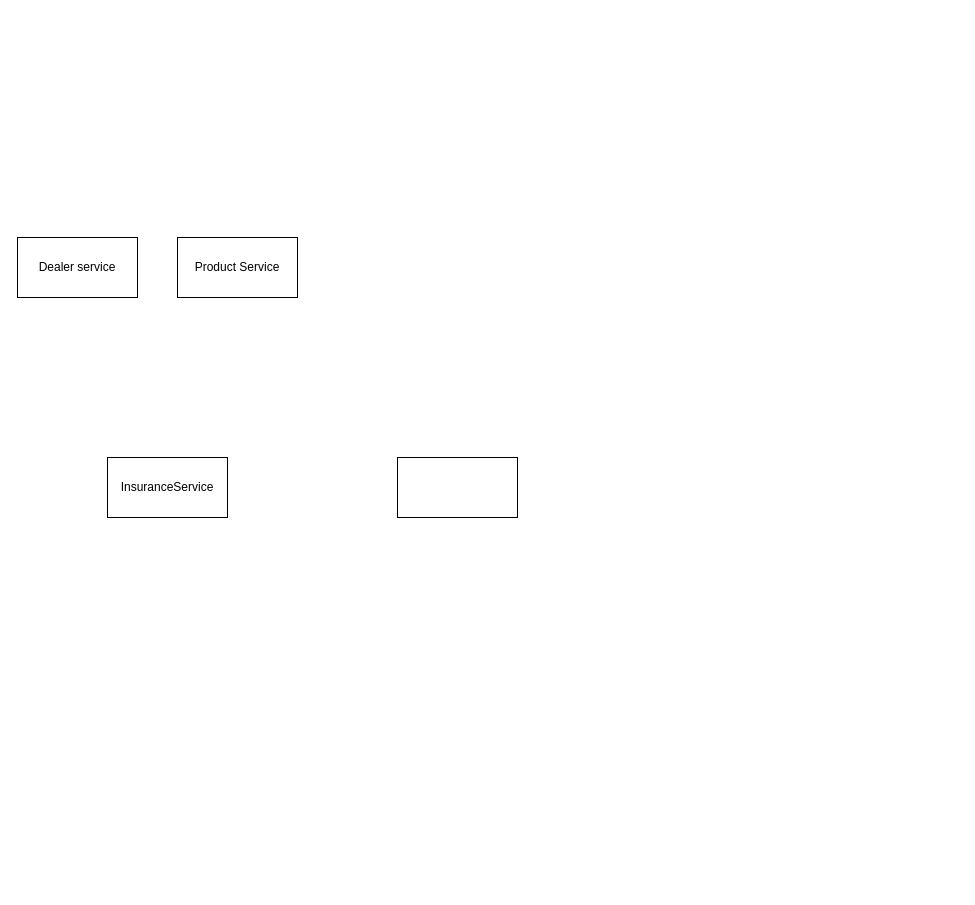
Earlier version of the draw.io diagram page "InsuranceService" (7 of 9) of Untitled Diagram.drawio (hoa89nguyen/testGIT). Source tidied: cells renumbered, new cells numbered last; positions are measured from the earlier drawing's top-left corner, leaving out a move shared by most shapes. Both pictures are drawn from the tidied source at 100%, with x=0, y=0 at pixel (17, 237).
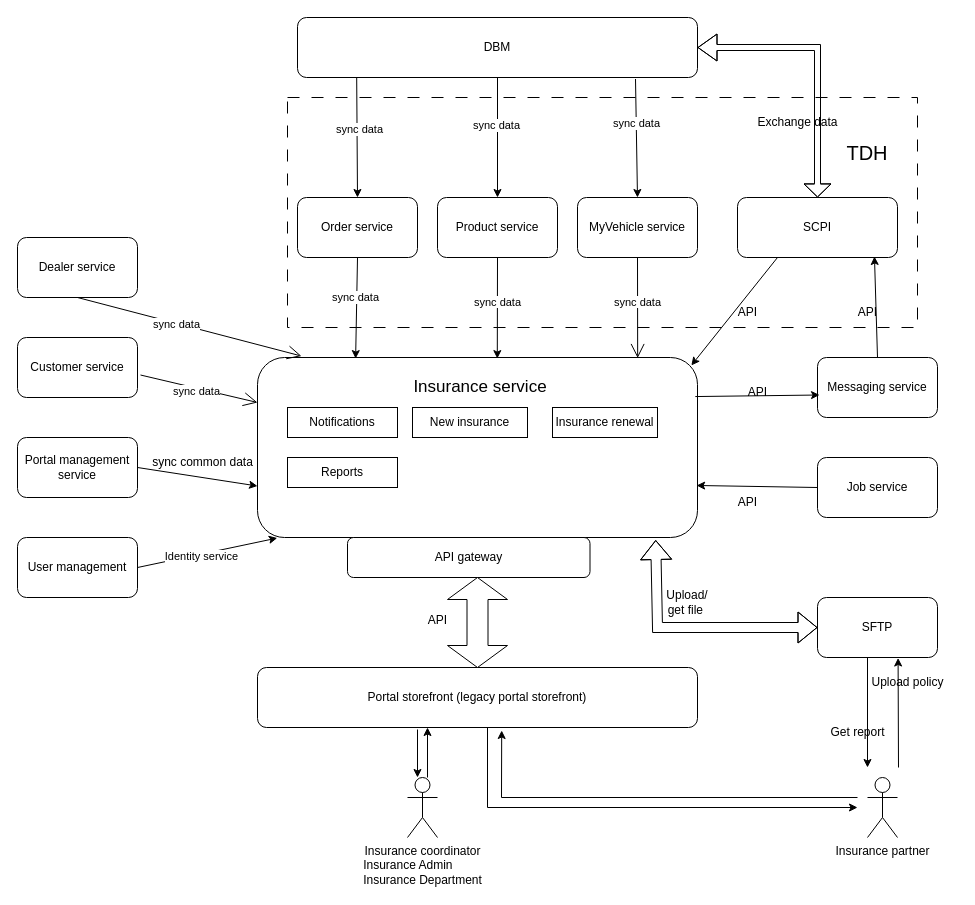
Above is the later version.

Commit message:
insurance portal

Diff of the diagram source:
```diff
@@
-    <mxCell id="2" value="InsuranceService" style="rounded=0;whiteSpace=wrap;html=1;" parent="1" vertex="1">
-      <mxGeometry x="90" y="220" width="120" height="60" as="geometry" />
-    </mxCell>
+    <mxCell id="6" style="rounded=0;whiteSpace=wrap;html=1;dashed=1;dashPattern=12 12;" parent="1" vertex="1">
+      <mxGeometry x="270" y="-140" width="630" height="230" as="geometry" />
+    </mxCell>
-    <mxCell id="3" value="Dealer service" style="rounded=0;whiteSpace=wrap;html=1;" parent="1" vertex="1">
+    <mxCell id="3" value="Dealer service" style="rounded=1;whiteSpace=wrap;html=1;" parent="1" vertex="1">
       <mxGeometry width="120" height="60" as="geometry" />
     </mxCell>
-    <mxCell id="4" value="Product Service" style="rounded=0;whiteSpace=wrap;html=1;" parent="1" vertex="1">
-      <mxGeometry x="160" width="120" height="60" as="geometry" />
-    </mxCell>
-    <mxCell id="5" style="rounded=0;whiteSpace=wrap;html=1;" parent="1" vertex="1">
-      <mxGeometry x="380" y="220" width="120" height="60" as="geometry" />
-    </mxCell>
+    <mxCell id="7" value="Product service" style="rounded=1;whiteSpace=wrap;html=1;" parent="1" vertex="1">
+      <mxGeometry x="420" y="-40" width="120" height="60" as="geometry" />
+    </mxCell>
+    <mxCell id="8" value="Customer service" style="rounded=1;whiteSpace=wrap;html=1;" parent="1" vertex="1">
+      <mxGeometry y="100" width="120" height="60" as="geometry" />
+    </mxCell>
+    <mxCell id="9" value="Order service" style="rounded=1;whiteSpace=wrap;html=1;" parent="1" vertex="1">
+      <mxGeometry x="280" y="-40" width="120" height="60" as="geometry" />
+    </mxCell>
+    <mxCell id="10" value="My&lt;span style=&quot;background-color: transparent; color: light-dark(rgb(0, 0, 0), rgb(255, 255, 255));&quot;&gt;Vehicle service&lt;/span&gt;" style="rounded=1;whiteSpace=wrap;html=1;" parent="1" vertex="1">
+      <mxGeometry x="560" y="-40" width="120" height="60" as="geometry" />
+    </mxCell>
+    <mxCell id="11" style="rounded=1;whiteSpace=wrap;html=1;" parent="1" vertex="1">
+      <mxGeometry x="240" y="120" width="440" height="180" as="geometry" />
+    </mxCell>
+    <mxCell id="12" value="SCPI" style="rounded=1;whiteSpace=wrap;html=1;" parent="1" vertex="1">
+      <mxGeometry x="720" y="-40" width="160" height="60" as="geometry" />
+    </mxCell>
+    <mxCell id="13" value="API gateway" style="rounded=1;whiteSpace=wrap;html=1;" parent="1" vertex="1">
+      <mxGeometry x="330" y="300" width="242.5" height="40" as="geometry" />
+    </mxCell>
+    <mxCell id="14" value="Portal storefront (legacy portal storefront)" style="rounded=1;whiteSpace=wrap;html=1;" parent="1" vertex="1">
+      <mxGeometry x="240" y="430" width="440" height="60" as="geometry" />
+    </mxCell>
+    <mxCell id="15" value="DBM" style="rounded=1;whiteSpace=wrap;html=1;" parent="1" vertex="1">
+      <mxGeometry x="280" y="-220" width="400" height="60" as="geometry" />
+    </mxCell>
+    <mxCell id="16" style="html=1;shadow=0;dashed=0;align=center;verticalAlign=middle;shape=mxgraph.arrows2.twoWayArrow;dy=0.65;dx=22;direction=south;" parent="1" vertex="1">
+      <mxGeometry x="430" y="340" width="60" height="90" as="geometry" />
+    </mxCell>
+    <mxCell id="17" value="API" style="text;html=1;align=center;verticalAlign=middle;strokeColor=none;fillColor=none;" parent="1" vertex="1">
+      <mxGeometry x="400" y="368" width="40" height="30" as="geometry" />
+    </mxCell>
+    <mxCell id="18" style="endArrow=open;endFill=1;endSize=12;html=1;rounded=0;exitX=0.5;exitY=1;exitDx=0;exitDy=0;entryX=0.1;entryY=-0.008;entryDx=0;entryDy=0;entryPerimeter=0;" parent="1" edge="1" source="3" target="11">
+      <mxGeometry relative="1" as="geometry" />
+    </mxCell>
+    <mxCell id="19" value="sync data" style="edgeLabel;html=1;align=center;verticalAlign=middle;" parent="18" vertex="1">
+      <mxGeometry x="-0.12" y="-1" relative="1" as="geometry" />
+    </mxCell>
+    <mxCell id="20" style="endArrow=open;endFill=1;endSize=12;html=1;rounded=0;exitX=1.025;exitY=0.625;exitDx=0;exitDy=0;entryX=0;entryY=0.25;entryDx=0;entryDy=0;exitPerimeter=0;" parent="1" edge="1" source="8" target="11">
+      <mxGeometry relative="1" as="geometry" />
+    </mxCell>
+    <mxCell id="21" value="sync data" style="edgeLabel;html=1;align=center;verticalAlign=middle;" parent="20" vertex="1">
+      <mxGeometry x="-0.03" y="-3" relative="1" as="geometry" />
+    </mxCell>
+    <mxCell id="22" style="endArrow=open;endFill=1;endSize=12;html=1;rounded=0;exitX=0.5;exitY=1;exitDx=0;exitDy=0;entryX=0.864;entryY=0.003;entryDx=0;entryDy=0;entryPerimeter=0;" parent="1" edge="1" source="10" target="11">
+      <mxGeometry relative="1" as="geometry" />
+    </mxCell>
+    <mxCell id="23" value="Portal management service" style="rounded=1;whiteSpace=wrap;html=1;" parent="1" vertex="1">
+      <mxGeometry y="200" width="120" height="60" as="geometry" />
+    </mxCell>
+    <mxCell id="24" value="Messaging service" style="rounded=1;whiteSpace=wrap;html=1;" parent="1" vertex="1">
+      <mxGeometry x="800" y="120" width="120" height="60" as="geometry" />
+    </mxCell>
+    <mxCell id="25" value="Job service" style="rounded=1;whiteSpace=wrap;html=1;" parent="1" vertex="1">
+      <mxGeometry x="800" y="220" width="120" height="60" as="geometry" />
+    </mxCell>
+    <mxCell id="26" style="endArrow=classic;html=1;rounded=0;entryX=0.5;entryY=0;entryDx=0;entryDy=0;exitX=0.5;exitY=1;exitDx=0;exitDy=0;" parent="1" edge="1" source="15" target="7">
+      <mxGeometry relative="1" as="geometry" />
+    </mxCell>
+    <mxCell id="27" value="sync data" style="edgeLabel;html=1;align=center;verticalAlign=middle;" parent="26" vertex="1">
+      <mxGeometry x="-0.21" y="-2" relative="1" as="geometry" />
+    </mxCell>
+    <mxCell id="28" style="endArrow=classic;html=1;rounded=0;exitX=0.148;exitY=1.008;exitDx=0;exitDy=0;entryX=0.5;entryY=0;entryDx=0;entryDy=0;exitPerimeter=0;" parent="1" edge="1" source="15" target="9">
+      <mxGeometry relative="1" as="geometry" />
+    </mxCell>
+    <mxCell id="29" value="sync data" style="edgeLabel;html=1;align=center;verticalAlign=middle;" parent="28" vertex="1">
+      <mxGeometry x="-0.14" y="2" relative="1" as="geometry" />
+    </mxCell>
+    <mxCell id="30" style="endArrow=classic;html=1;rounded=0;exitX=0.5;exitY=1;exitDx=0;exitDy=0;entryX=0.223;entryY=0.006;entryDx=0;entryDy=0;entryPerimeter=0;" parent="1" edge="1" source="9" target="11">
+      <mxGeometry relative="1" as="geometry" />
+    </mxCell>
+    <mxCell id="31" value="sync data" style="edgeLabel;html=1;align=center;verticalAlign=middle;" parent="30" vertex="1">
+      <mxGeometry x="-0.21" y="-2" relative="1" as="geometry" />
+    </mxCell>
+    <mxCell id="32" style="endArrow=classic;html=1;rounded=0;exitX=0.845;exitY=1.025;exitDx=0;exitDy=0;entryX=0.5;entryY=0;entryDx=0;entryDy=0;exitPerimeter=0;" parent="1" edge="1" source="15" target="10">
+      <mxGeometry relative="1" as="geometry" />
+    </mxCell>
+    <mxCell id="33" value="sync data" style="edgeLabel;html=1;align=center;verticalAlign=middle;" parent="32" vertex="1">
+      <mxGeometry x="-0.25" relative="1" as="geometry" />
+    </mxCell>
+    <mxCell id="34" style="endArrow=classic;html=1;rounded=0;exitX=1;exitY=0.5;exitDx=0;exitDy=0;entryX=0;entryY=0.714;entryDx=0;entryDy=0;entryPerimeter=0;" parent="1" edge="1" source="23" target="11">
+      <mxGeometry relative="1" as="geometry" />
+    </mxCell>
+    <mxCell id="35" style="endArrow=classic;html=1;rounded=0;exitX=0.25;exitY=1;exitDx=0;exitDy=0;entryX=0.986;entryY=0.044;entryDx=0;entryDy=0;entryPerimeter=0;" parent="1" edge="1" source="12" target="11">
+      <mxGeometry relative="1" as="geometry" />
+    </mxCell>
+    <mxCell id="36" style="endArrow=classic;html=1;rounded=0;entryX=0.017;entryY=0.625;entryDx=0;entryDy=0;exitX=0.995;exitY=0.217;exitDx=0;exitDy=0;exitPerimeter=0;entryPerimeter=0;" parent="1" edge="1" source="11" target="24">
+      <mxGeometry relative="1" as="geometry" />
+    </mxCell>
+    <mxCell id="37" style="endArrow=classic;html=1;rounded=0;exitX=0.5;exitY=0;exitDx=0;exitDy=0;entryX=0.856;entryY=0.983;entryDx=0;entryDy=0;entryPerimeter=0;" parent="1" edge="1" source="24" target="12">
+      <mxGeometry relative="1" as="geometry" />
+    </mxCell>
+    <mxCell id="38" style="shape=flexArrow;endArrow=classic;startArrow=classic;html=1;rounded=0;width=6;startSize=4.03;entryX=1;entryY=0.5;entryDx=0;entryDy=0;exitX=0.5;exitY=0;exitDx=0;exitDy=0;" parent="1" edge="1" source="12" target="15">
+      <mxGeometry relative="1" as="geometry">
+        <Array as="points">
+          <mxPoint x="800" y="-190" />
+        </Array>
+      </mxGeometry>
+    </mxCell>
+    <mxCell id="39" value="&lt;span style=&quot;font-size: 11px; background-color: rgb(255, 255, 255);&quot;&gt;sync data&lt;/span&gt;" style="text;html=1;align=center;verticalAlign=middle;strokeColor=none;fillColor=none;" parent="1" vertex="1">
+      <mxGeometry x="585" y="50" width="70" height="30" as="geometry" />
+    </mxCell>
+    <mxCell id="40" value="Exchange data" style="text;html=1;align=center;verticalAlign=middle;strokeColor=none;fillColor=none;" parent="1" vertex="1">
+      <mxGeometry x="730" y="-130" width="100" height="30" as="geometry" />
+    </mxCell>
+    <mxCell id="41" value="SFTP" style="rounded=1;whiteSpace=wrap;html=1;" parent="1" vertex="1">
+      <mxGeometry x="800" y="360" width="120" height="60" as="geometry" />
+    </mxCell>
+    <mxCell id="42" style="shape=flexArrow;endArrow=classic;startArrow=classic;html=1;rounded=0;exitX=0.905;exitY=1.014;exitDx=0;exitDy=0;exitPerimeter=0;entryX=0;entryY=0.5;entryDx=0;entryDy=0;" parent="1" edge="1" source="11" target="41">
+      <mxGeometry relative="1" as="geometry">
+        <Array as="points">
+          <mxPoint x="640" y="390" />
+        </Array>
+      </mxGeometry>
+    </mxCell>
+    <mxCell id="43" style="endArrow=classic;html=1;rounded=0;exitX=0;exitY=0.5;exitDx=0;exitDy=0;entryX=0.998;entryY=0.711;entryDx=0;entryDy=0;entryPerimeter=0;" parent="1" edge="1" source="25" target="11">
+      <mxGeometry relative="1" as="geometry" />
+    </mxCell>
+    <mxCell id="44" value="API" style="text;html=1;align=center;verticalAlign=middle;strokeColor=none;fillColor=none;" parent="1" vertex="1">
+      <mxGeometry x="710" y="250" width="40" height="30" as="geometry" />
+    </mxCell>
+    <mxCell id="45" value="API" style="text;html=1;align=center;verticalAlign=middle;strokeColor=none;fillColor=none;" parent="1" vertex="1">
+      <mxGeometry x="720" y="140" width="40" height="30" as="geometry" />
+    </mxCell>
+    <mxCell id="46" value="API" style="text;html=1;align=center;verticalAlign=middle;strokeColor=none;fillColor=none;" parent="1" vertex="1">
+      <mxGeometry x="830" y="60" width="40" height="30" as="geometry" />
+    </mxCell>
+    <mxCell id="47" value="API" style="text;html=1;align=center;verticalAlign=middle;strokeColor=none;fillColor=none;" parent="1" vertex="1">
+      <mxGeometry x="710" y="60" width="40" height="30" as="geometry" />
+    </mxCell>
+    <mxCell id="48" value="Insurance partner" style="shape=umlActor;verticalLabelPosition=bottom;verticalAlign=top;html=1;" parent="1" vertex="1">
+      <mxGeometry x="850" y="540" width="30" height="60" as="geometry" />
+    </mxCell>
+    <mxCell id="49" style="endArrow=classic;html=1;rounded=0;entryX=0.838;entryY=1.017;entryDx=0;entryDy=0;entryPerimeter=0;" parent="1" edge="1">
+      <mxGeometry relative="1" as="geometry">
+        <mxPoint x="881" y="530" as="sourcePoint" />
+        <mxPoint x="880.6" y="420.5" as="targetPoint" />
+      </mxGeometry>
+    </mxCell>
+    <mxCell id="50" value="Upload policy" style="text;html=1;align=center;verticalAlign=middle;strokeColor=none;fillColor=none;" parent="1" vertex="1">
+      <mxGeometry x="840" y="430" width="100" height="30" as="geometry" />
+    </mxCell>
+    <mxCell id="51" style="endArrow=classic;html=1;rounded=0;exitX=0.25;exitY=1;exitDx=0;exitDy=0;" parent="1" edge="1">
+      <mxGeometry relative="1" as="geometry">
+        <mxPoint x="850" y="420" as="sourcePoint" />
+        <mxPoint x="850" y="530" as="targetPoint" />
+      </mxGeometry>
+    </mxCell>
+    <mxCell id="52" value="Get report" style="text;html=1;align=center;verticalAlign=middle;strokeColor=none;fillColor=none;" parent="1" vertex="1">
+      <mxGeometry x="800" y="480" width="80" height="30" as="geometry" />
+    </mxCell>
+    <mxCell id="53" value="Insurance coordinator&lt;br&gt;&lt;div style=&quot;text-align: left;&quot;&gt;&lt;span style=&quot;background-color: transparent; color: light-dark(rgb(0, 0, 0), rgb(255, 255, 255));&quot;&gt;Insurance Admin&lt;/span&gt;&lt;/div&gt;&lt;div style=&quot;text-align: left;&quot;&gt;&lt;span style=&quot;background-color: transparent; color: light-dark(rgb(0, 0, 0), rgb(255, 255, 255));&quot;&gt;Insurance Department&lt;/span&gt;&lt;/div&gt;" style="shape=umlActor;verticalLabelPosition=bottom;verticalAlign=top;html=1;" parent="1" vertex="1">
+      <mxGeometry x="390" y="540" width="30" height="60" as="geometry" />
+    </mxCell>
+    <mxCell id="54" style="endArrow=classic;html=1;rounded=0;" parent="1" edge="1">
+      <mxGeometry relative="1" as="geometry">
+        <mxPoint x="410" y="540" as="sourcePoint" />
+        <mxPoint x="410" y="490" as="targetPoint" />
+      </mxGeometry>
+    </mxCell>
+    <mxCell id="55" style="endArrow=classic;html=1;rounded=0;" parent="1" edge="1">
+      <mxGeometry relative="1" as="geometry">
+        <mxPoint x="400" y="492" as="sourcePoint" />
+        <mxPoint x="400" y="540" as="targetPoint" />
+      </mxGeometry>
+    </mxCell>
+    <mxCell id="56" style="endArrow=classic;html=1;rounded=0;entryX=0.555;entryY=1.05;entryDx=0;entryDy=0;entryPerimeter=0;" parent="1" edge="1" target="14">
+      <mxGeometry relative="1" as="geometry">
+        <mxPoint x="840" y="560" as="sourcePoint" />
+        <Array as="points">
+          <mxPoint x="484" y="560" />
+        </Array>
+      </mxGeometry>
+    </mxCell>
+    <mxCell id="57" style="endArrow=classic;html=1;rounded=0;" parent="1" edge="1">
+      <mxGeometry relative="1" as="geometry">
+        <mxPoint x="470" y="490" as="sourcePoint" />
+        <mxPoint x="840" y="570" as="targetPoint" />
+        <Array as="points">
+          <mxPoint x="470" y="570" />
+        </Array>
+      </mxGeometry>
+    </mxCell>
+    <mxCell id="58" value="User management" style="rounded=1;whiteSpace=wrap;html=1;" parent="1" vertex="1">
+      <mxGeometry y="300" width="120" height="60" as="geometry" />
+    </mxCell>
+    <mxCell id="59" style="endArrow=classic;html=1;rounded=0;exitX=1;exitY=0.5;exitDx=0;exitDy=0;entryX=0.045;entryY=1.003;entryDx=0;entryDy=0;entryPerimeter=0;" parent="1" edge="1" source="58" target="11">
+      <mxGeometry relative="1" as="geometry" />
+    </mxCell>
+    <mxCell id="60" value="Identity service" style="edgeLabel;html=1;align=center;verticalAlign=middle;" parent="59" vertex="1">
+      <mxGeometry x="-0.1" y="-2" relative="1" as="geometry" />
+    </mxCell>
+    <mxCell id="61" value="sync common data" style="text;html=1;align=center;verticalAlign=middle;strokeColor=none;fillColor=none;" parent="1" vertex="1">
+      <mxGeometry x="125" y="210" width="120" height="30" as="geometry" />
+    </mxCell>
+    <mxCell id="62" style="endArrow=classic;html=1;rounded=0;exitX=0.5;exitY=1;exitDx=0;exitDy=0;entryX=0.545;entryY=0.006;entryDx=0;entryDy=0;entryPerimeter=0;" parent="1" edge="1" source="7" target="11">
+      <mxGeometry relative="1" as="geometry" />
+    </mxCell>
+    <mxCell id="63" value="&lt;span style=&quot;font-size: 11px; background-color: rgb(255, 255, 255);&quot;&gt;sync data&lt;/span&gt;" style="text;html=1;align=center;verticalAlign=middle;strokeColor=none;fillColor=none;" parent="1" vertex="1">
+      <mxGeometry x="445" y="50" width="70" height="30" as="geometry" />
+    </mxCell>
+    <mxCell id="64" value="Upload/ get file&amp;nbsp;" style="text;html=1;align=center;verticalAlign=middle;whiteSpace=wrap;rounded=0;" parent="1" vertex="1">
+      <mxGeometry x="640" y="350" width="60" height="30" as="geometry" />
+    </mxCell>
+    <mxCell id="65" value="&lt;font style=&quot;font-size: 20px;&quot;&gt;TDH&lt;/font&gt;" style="text;html=1;align=center;verticalAlign=middle;whiteSpace=wrap;rounded=0;" parent="1" vertex="1">
+      <mxGeometry x="820" y="-100" width="60" height="30" as="geometry" />
+    </mxCell>
+    <mxCell id="66" value="&lt;font style=&quot;font-size: 17px;&quot;&gt;Insurance service&lt;/font&gt;" style="text;html=1;align=center;verticalAlign=middle;whiteSpace=wrap;rounded=0;" parent="1" vertex="1">
+      <mxGeometry x="350" y="135" width="226" height="30" as="geometry" />
+    </mxCell>
+    <mxCell id="67" value="Notifications" style="rounded=0;whiteSpace=wrap;html=1;" parent="1" vertex="1">
+      <mxGeometry x="270" y="170" width="110" height="30" as="geometry" />
+    </mxCell>
+    <mxCell id="68" value="New insurance" style="rounded=0;whiteSpace=wrap;html=1;" parent="1" vertex="1">
+      <mxGeometry x="395" y="170" width="115" height="30" as="geometry" />
+    </mxCell>
+    <mxCell id="69" value="Insurance renewal" style="rounded=0;whiteSpace=wrap;html=1;" parent="1" vertex="1">
+      <mxGeometry x="535" y="170" width="105" height="30" as="geometry" />
+    </mxCell>
+    <mxCell id="70" value="Reports" style="rounded=0;whiteSpace=wrap;html=1;" parent="1" vertex="1">
+      <mxGeometry x="270" y="220" width="110" height="30" as="geometry" />
+    </mxCell>
```
